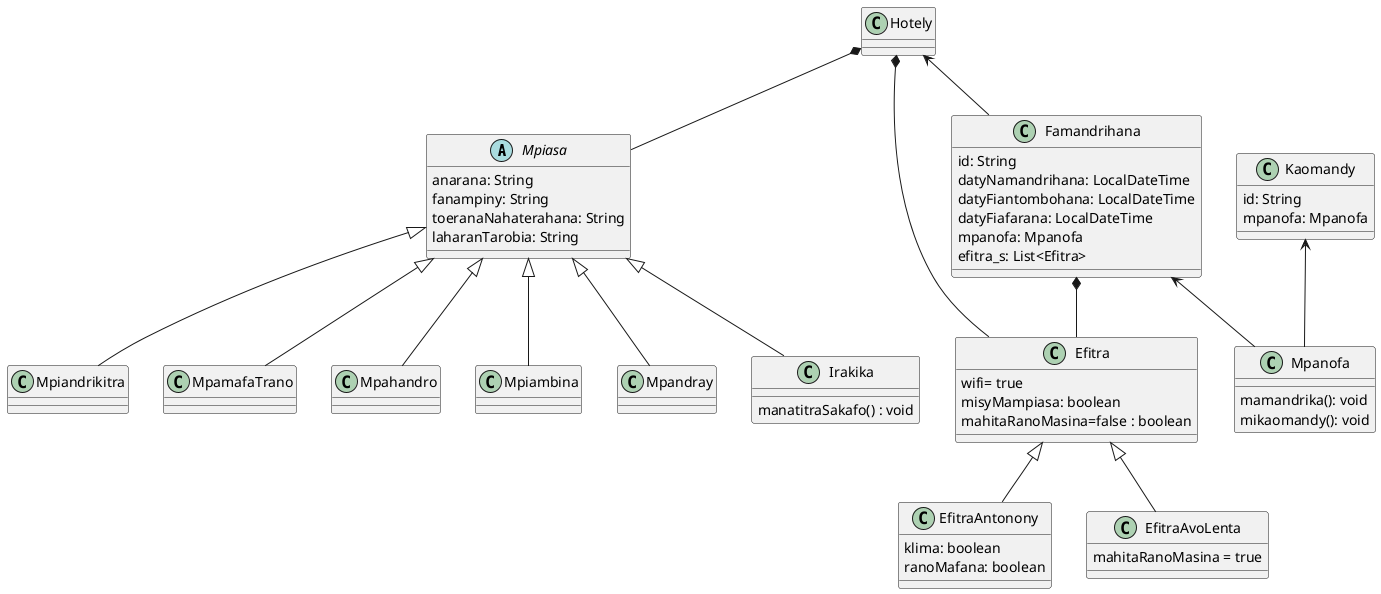
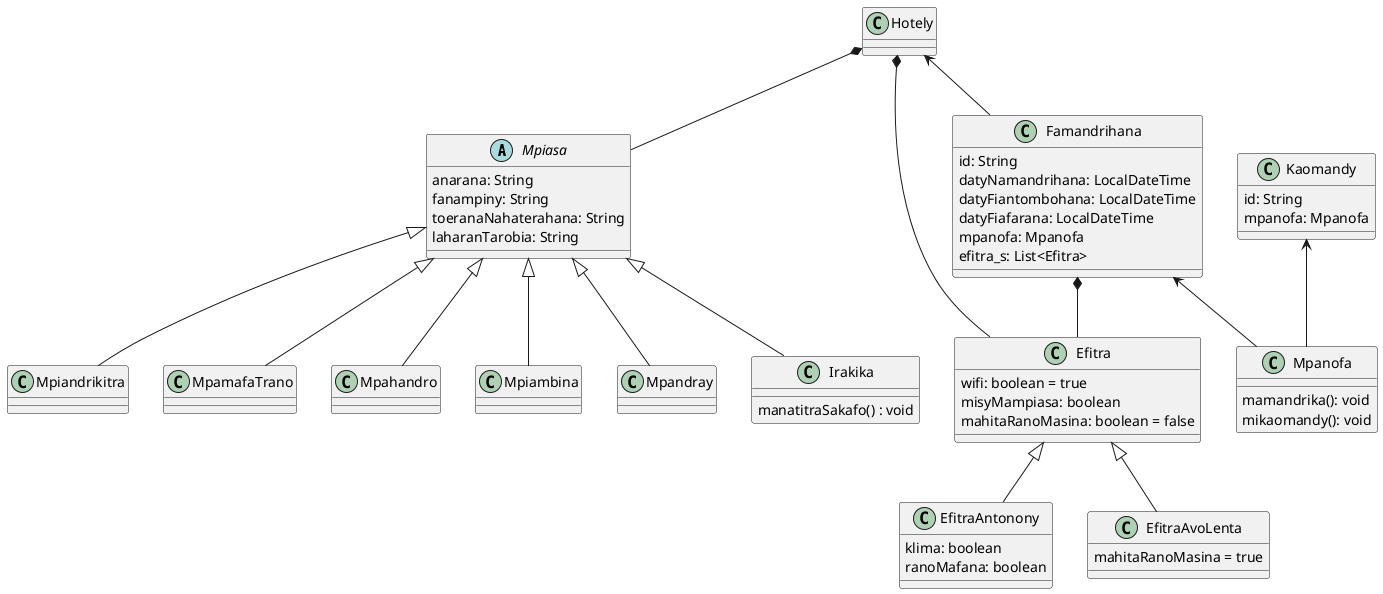
@startuml
abstract Mpiasa {
    anarana: String
    fanampiny: String
    toeranaNahaterahana: String
    laharanTarobia: String
}
Mpiasa <|-- Mpiandrikitra
Mpiasa <|-- MpamafaTrano
Mpiasa <|-- Mpahandro
Mpiasa <|-- Mpiambina
Mpiasa <|-- Mpandray
Mpiasa <|-- Irakika
class Irakika {
    manatitraSakafo() : void
}
class Kaomandy {
    id: String
    mpanofa: Mpanofa
}
Kaomandy <-- Mpanofa
Hotely *-- Mpiasa
Hotely *-- Efitra
class Efitra {
-     wifi= true
+     wifi: boolean = true
    misyMampiasa: boolean
-     mahitaRanoMasina=false : boolean
+     mahitaRanoMasina: boolean = false
}
class EfitraAntonony {
    klima: boolean
    ranoMafana: boolean
}
class EfitraAvoLenta {
    mahitaRanoMasina = true
}
Famandrihana *-- Efitra
Efitra <|-- EfitraAntonony
Efitra <|-- EfitraAvoLenta
class Famandrihana {
    id: String
    datyNamandrihana: LocalDateTime
    datyFiantombohana: LocalDateTime
    datyFiafarana: LocalDateTime
    mpanofa: Mpanofa
    efitra_s: List<Efitra>
}

class Mpanofa {
    mamandrika(): void
    mikaomandy(): void
}

Famandrihana <-- Mpanofa
Hotely <-- Famandrihana
@enduml